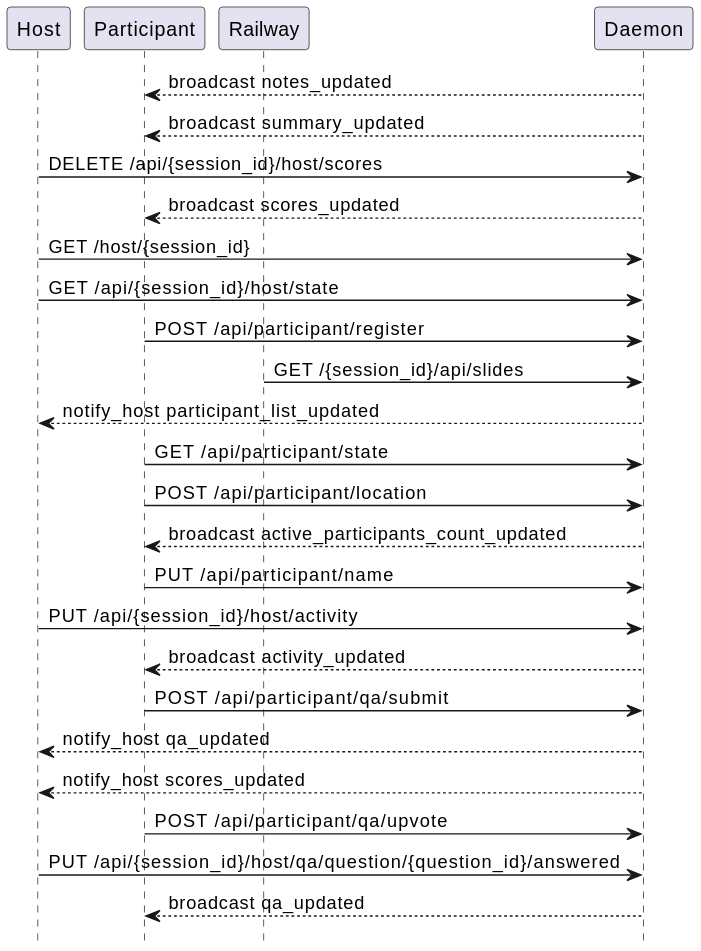
Earlier version of the PlantUML export docs/sequences/extracted/svg/04-qa-and-wordcloud.svg (victorrentea/training-assistant).
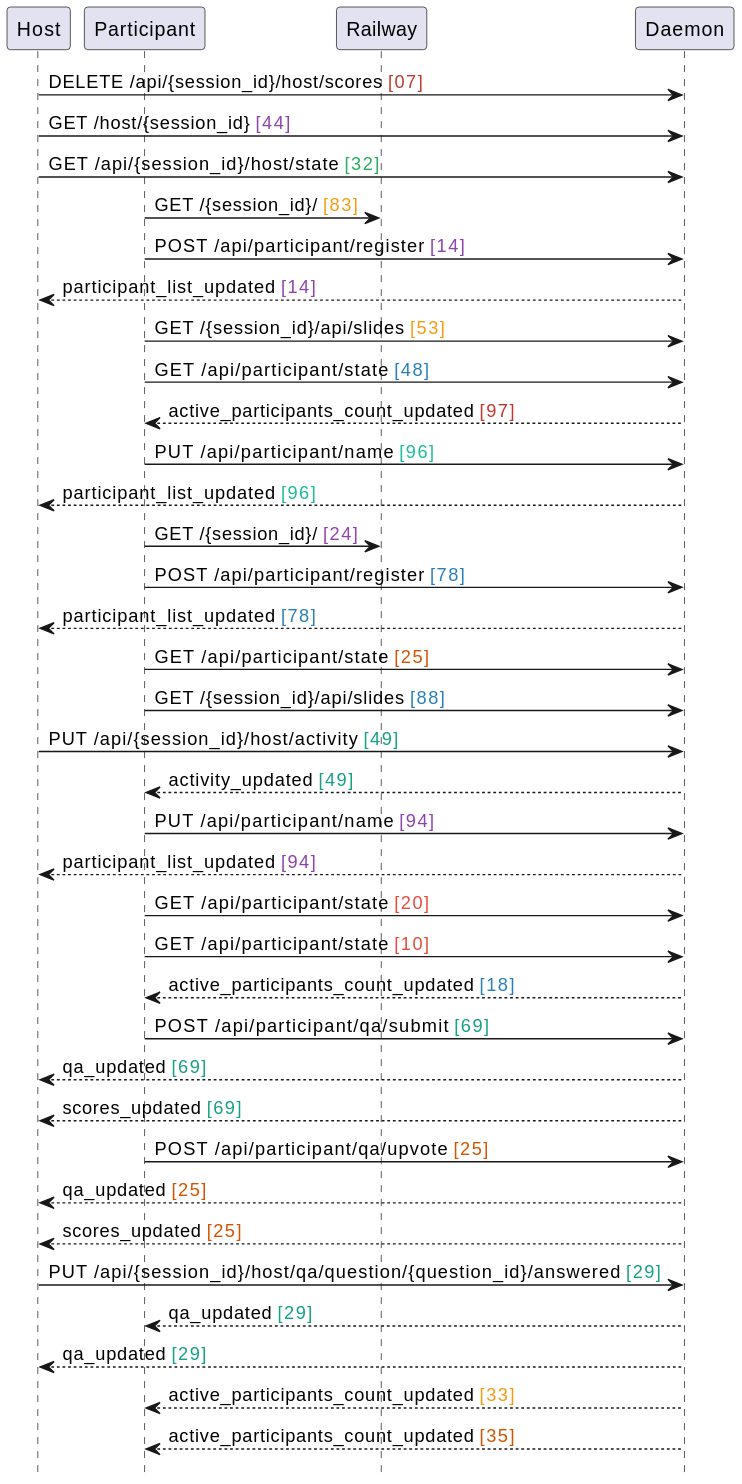
Above is the later version.

Commit message:
docs: regenerated slides sequence — clean named actors, no generic Participant

The edit, as a diff of the source:
```diff
@@ -6,25 +6,38 @@
 participant "Railway"
 participant "Daemon"
 
-"Daemon" --> "Participant": broadcast notes_updated
-"Daemon" --> "Participant": broadcast summary_updated
-"Host" -> "Daemon": DELETE /api/{session_id}/host/scores
-"Daemon" --> "Participant": broadcast scores_updated
-"Host" -> "Daemon": GET /host/{session_id}
-"Host" -> "Daemon": GET /api/{session_id}/host/state
-"Participant" -> "Daemon": POST /api/participant/register
-"Railway" -> "Daemon": GET /{session_id}/api/slides
-"Daemon" --> "Host": notify_host participant_list_updated
-"Participant" -> "Daemon": GET /api/participant/state
-"Participant" -> "Daemon": POST /api/participant/location
-"Daemon" --> "Participant": broadcast active_participants_count_updated
-"Participant" -> "Daemon": PUT /api/participant/name
-"Host" -> "Daemon": PUT /api/{session_id}/host/activity
-"Daemon" --> "Participant": broadcast activity_updated
-"Participant" -> "Daemon": POST /api/participant/qa/submit
-"Daemon" --> "Host": notify_host qa_updated
-"Daemon" --> "Host": notify_host scores_updated
-"Participant" -> "Daemon": POST /api/participant/qa/upvote
-"Host" -> "Daemon": PUT /api/{session_id}/host/qa/question/{question_id}/answered
-"Daemon" --> "Participant": broadcast qa_updated
+"Host" -> "Daemon": DELETE /api/{session_id}/host/scores <color:#C0392B>[07]</color>
+"Host" -> "Daemon": GET /host/{session_id} <color:#8E44AD>[44]</color>
+"Host" -> "Daemon": GET /api/{session_id}/host/state <color:#27AE60>[32]</color>
+"Participant" -> "Railway": GET /{session_id}/ <color:#F39C12>[83]</color>
+"Participant" -> "Daemon": POST /api/participant/register <color:#8E44AD>[14]</color>
+"Daemon" --> "Host": participant_list_updated <color:#8E44AD>[14]</color>
+"Participant" -> "Daemon": GET /{session_id}/api/slides <color:#F39C12>[53]</color>
+"Participant" -> "Daemon": GET /api/participant/state <color:#2980B9>[48]</color>
+"Daemon" --> "Participant": active_participants_count_updated <color:#C0392B>[97]</color>
+"Participant" -> "Daemon": PUT /api/participant/name <color:#1ABC9C>[96]</color>
+"Daemon" --> "Host": participant_list_updated <color:#1ABC9C>[96]</color>
+"Participant" -> "Railway": GET /{session_id}/ <color:#8E44AD>[24]</color>
+"Participant" -> "Daemon": POST /api/participant/register <color:#2980B9>[78]</color>
+"Daemon" --> "Host": participant_list_updated <color:#2980B9>[78]</color>
+"Participant" -> "Daemon": GET /api/participant/state <color:#D35400>[25]</color>
+"Participant" -> "Daemon": GET /{session_id}/api/slides <color:#2980B9>[88]</color>
+"Host" -> "Daemon": PUT /api/{session_id}/host/activity <color:#16A085>[49]</color>
+"Daemon" --> "Participant": activity_updated <color:#16A085>[49]</color>
+"Participant" -> "Daemon": PUT /api/participant/name <color:#8E44AD>[94]</color>
+"Daemon" --> "Host": participant_list_updated <color:#8E44AD>[94]</color>
+"Participant" -> "Daemon": GET /api/participant/state <color:#E74C3C>[20]</color>
+"Participant" -> "Daemon": GET /api/participant/state <color:#E74C3C>[10]</color>
+"Daemon" --> "Participant": active_participants_count_updated <color:#2980B9>[18]</color>
+"Participant" -> "Daemon": POST /api/participant/qa/submit <color:#16A085>[69]</color>
+"Daemon" --> "Host": qa_updated <color:#16A085>[69]</color>
+"Daemon" --> "Host": scores_updated <color:#16A085>[69]</color>
+"Participant" -> "Daemon": POST /api/participant/qa/upvote <color:#D35400>[25]</color>
+"Daemon" --> "Host": qa_updated <color:#D35400>[25]</color>
+"Daemon" --> "Host": scores_updated <color:#D35400>[25]</color>
+"Host" -> "Daemon": PUT /api/{session_id}/host/qa/question/{question_id}/answered <color:#16A085>[29]</color>
+"Daemon" --> "Participant": qa_updated <color:#16A085>[29]</color>
+"Daemon" --> "Host": qa_updated <color:#16A085>[29]</color>
+"Daemon" --> "Participant": active_participants_count_updated <color:#F39C12>[33]</color>
+"Daemon" --> "Participant": active_participants_count_updated <color:#D35400>[35]</color>
 @enduml
```
